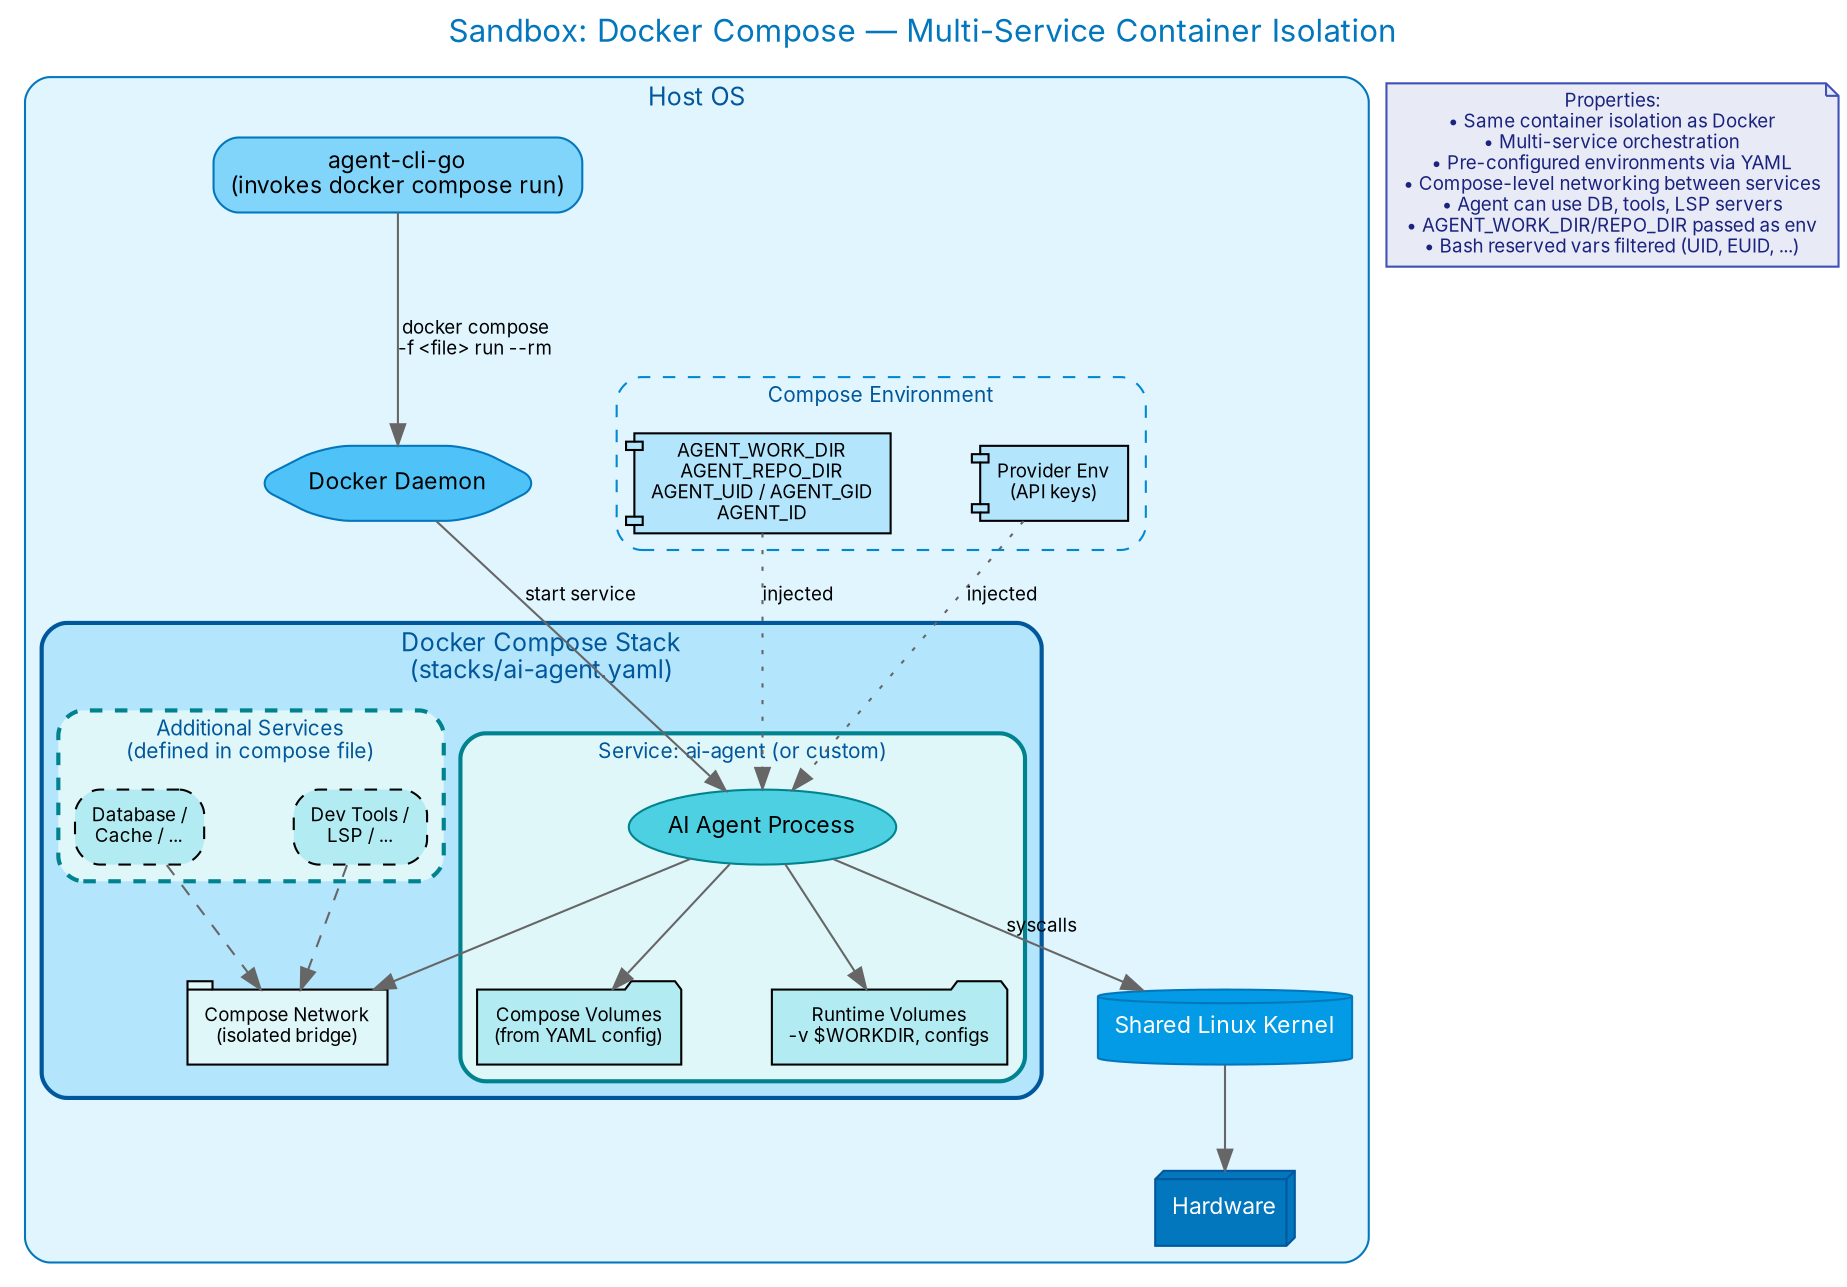
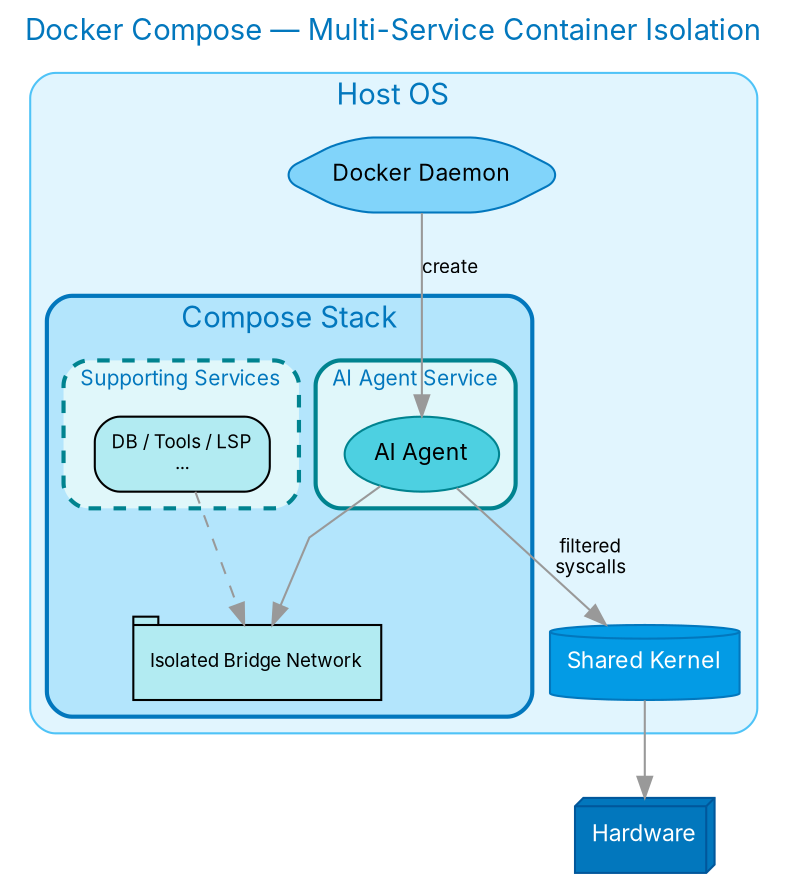
digraph SandboxCompose {
  rankdir=TB;
-   compound=true;
  splines=polyline;
-   nodesep=0.6;
-   ranksep=0.7;
+   nodesep=0.5;
+   ranksep=0.6;
  bgcolor="white";

  node [shape=box, style="rounded,filled", fontname="Inter,Helvetica,Arial", fontsize=11];
-   edge [fontname="Inter,Helvetica,Arial", fontsize=9, color="#666666"];
+   edge [fontname="Inter,Helvetica,Arial", fontsize=9, color="#999999"];

-   label="Sandbox: Docker Compose — Multi-Service Container Isolation";
+   label="Docker Compose — Multi-Service Container Isolation";
  labelloc=t;
-   fontsize=15;
+   fontsize=14;
  fontname="Inter,Helvetica,Arial";
  fontcolor="#0277bd";

  subgraph cluster_host {
    label="Host OS";
    style="rounded,filled";
    fillcolor="#e1f5fe";
-     color="#0277bd";
-     fontcolor="#01579b";
-     fontsize=12;
+     color="#4fc3f7";

-     agent_cli [label="agent-cli-go\n(invokes docker compose run)", fillcolor="#81d4fa", color="#0277bd"];
-     dockerd [label="Docker Daemon", fillcolor="#4fc3f7", color="#0277bd", shape=hexagon];
+     dockerd [label="Docker Daemon", fillcolor="#81d4fa", color="#0277bd", shape=hexagon];

    subgraph cluster_compose {
-       label="Docker Compose Stack\n(stacks/ai-agent.yaml)";
+       label="Compose Stack";
      style="rounded,bold,filled";
      fillcolor="#b3e5fc";
-       color="#01579b";
-       fontcolor="#01579b";
-       fontsize=12;
+       color="#0277bd";
      penwidth=2;

-       subgraph cluster_service_agent {
-         label="Service: ai-agent (or custom)";
+       subgraph cluster_svc1 {
+         label="AI Agent Service";
        style="rounded,filled";
        fillcolor="#e0f7fa";
        color="#00838f";
        fontsize=10;

-         agent [label="AI Agent Process", fillcolor="#4dd0e1", color="#00838f", shape=ellipse];
-         vol_compose [label="Compose Volumes\n(from YAML config)", fillcolor="#b2ebf2", fontsize=9, shape=folder];
-         vol_runtime [label="Runtime Volumes\n-v $WORKDIR, configs", fillcolor="#b2ebf2", fontsize=9, shape=folder];
+         agent [label="AI Agent", fillcolor="#4dd0e1", color="#00838f", shape=ellipse];
      }

-       subgraph cluster_service_extra {
-         label="Additional Services\n(defined in compose file)";
+       subgraph cluster_svc2 {
+         label="Supporting Services";
        style="rounded,dashed,filled";
        fillcolor="#e0f7fa";
        color="#00838f";
        fontsize=10;

-         svc_db [label="Database /\nCache / ...", fillcolor="#b2ebf2", fontsize=9, style="rounded,filled,dashed"];
-         svc_tools [label="Dev Tools /\nLSP / ...", fillcolor="#b2ebf2", fontsize=9, style="rounded,filled,dashed"];
+         tools [label="DB / Tools / LSP\n...", fillcolor="#b2ebf2", fontsize=9];
      }

-       compose_net [label="Compose Network\n(isolated bridge)", fillcolor="#e0f7fa", fontsize=9, shape=tab];
+       net [label="Isolated Bridge Network", fillcolor="#b2ebf2", fontsize=9, shape=tab];
    }

-     subgraph cluster_env {
-       label="Compose Environment";
-       style="rounded,dashed,filled";
-       fillcolor="#e1f5fe";
-       color="#0288d1";
-       fontsize=10;
- 
-       env_agent [label="AGENT_WORK_DIR\nAGENT_REPO_DIR\nAGENT_UID / AGENT_GID\nAGENT_ID", fillcolor="#b3e5fc", fontsize=9, shape=component];
-       env_provider [label="Provider Env\n(API keys)", fillcolor="#b3e5fc", fontsize=9, shape=component];
-     }
- 
-     kernel [label="Shared Linux Kernel", fillcolor="#039be5", color="#0277bd", fontcolor=white, shape=cylinder];
-     hw [label="Hardware", fillcolor="#0277bd", fontcolor=white, color="#01579b", shape=box3d];
+     kernel [label="Shared Kernel", fillcolor="#039be5", color="#0277bd", shape=cylinder, fontcolor=white];
  }

-   agent_cli -> dockerd [label="docker compose\n-f <file> run --rm"];
-   dockerd -> agent [label="start service"];
-   agent -> vol_compose;
-   agent -> vol_runtime;
-   agent -> compose_net;
-   svc_db -> compose_net [style=dashed];
-   svc_tools -> compose_net [style=dashed];
-   agent -> kernel [label="syscalls"];
+   hw [label="Hardware", fillcolor="#0277bd", fontcolor=white, color="#01579b", shape=box3d];
+ 
+   dockerd -> agent [label="create"];
+   agent -> net;
+   tools -> net [style=dashed];
+   agent -> kernel [label="filtered\nsyscalls"];
  kernel -> hw;
-   env_agent -> agent [style=dotted, label="injected"];
-   env_provider -> agent [style=dotted, label="injected"];
- 
-   props [label="Properties:\n• Same container isolation as Docker\n• Multi-service orchestration\n• Pre-configured environments via YAML\n• Compose-level networking between services\n• Agent can use DB, tools, LSP servers\n• AGENT_WORK_DIR/REPO_DIR passed as env\n• Bash reserved vars filtered (UID, EUID, ...)", shape=note, fillcolor="#e8eaf6", color="#3f51b5", fontsize=9, fontcolor="#1a237e"];
}
